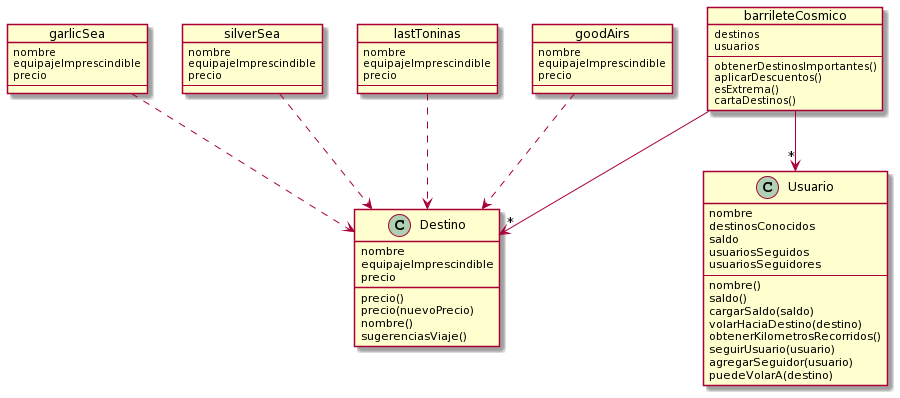
horosco95/2020-pdep-tp-objetos-grupal keeps this PlantUML diagram as diagrama-uml.png. Above is the earlier version.
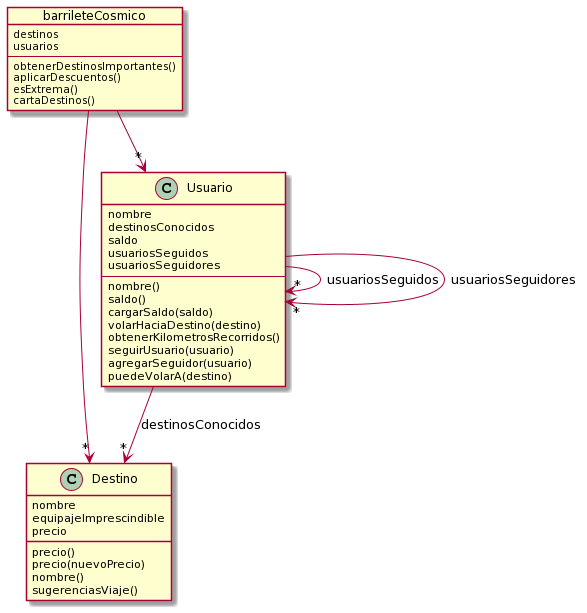
The same diagram one commit later.

The edit, as a diff of the source:
```diff
@@ -1,34 +1,7 @@
 @startuml
-object garlicSea {
-nombre
-equipajeImprescindible
-precio
---
-}
-
-object silverSea {
-nombre
-equipajeImprescindible
-precio
---
-}
-object lastToninas {
-nombre
-equipajeImprescindible
-precio
---
-}
-object goodAirs {
-nombre
-equipajeImprescindible
-precio
---
-}
-
 object barrileteCosmico {
 destinos
 usuarios
-
 --
 obtenerDestinosImportantes()
 aplicarDescuentos()
@@ -62,12 +35,11 @@
 agregarSeguidor(usuario)
 puedeVolarA(destino)
 }
-garlicSea ..> Destino
-silverSea ..> Destino
-lastToninas ..> Destino
-goodAirs ..> Destino
-
 
 barrileteCosmico -->"*" Usuario
 barrileteCosmico -->"*" Destino
+
+Usuario -->"*" Usuario : usuariosSeguidos
+Usuario -->"*" Usuario : usuariosSeguidores
+Usuario -->"*"Destino :destinosConocidos
 @enduml
```
